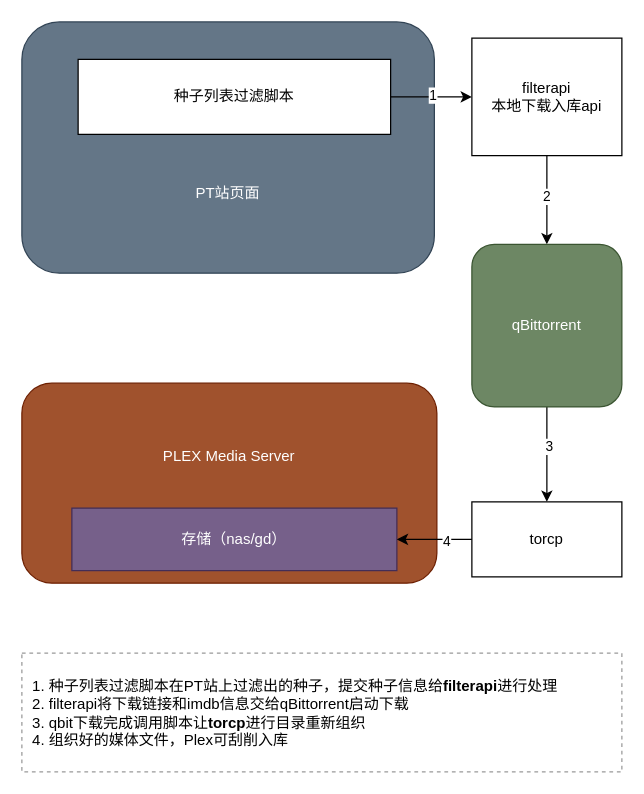
Above: pt.drawio in ccf-2012/torfilter (draw.io), before the change. Source tidied: cells renumbered, new cells numbered last; positions are measured from the earlier drawing's top-left corner, leaving out a move shared by most shapes. Both pictures are drawn from the tidied source at 125%, with x=0, y=0 at pixel (21, 21).
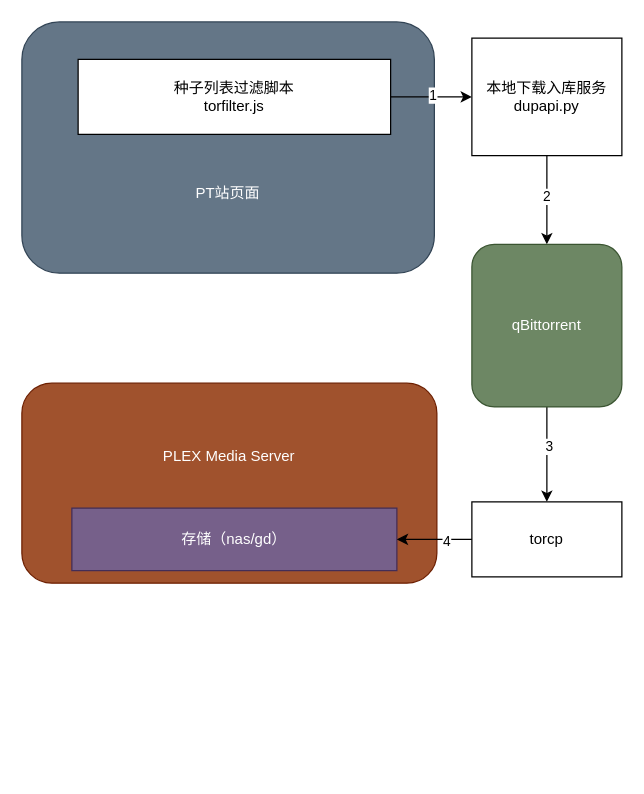
The same page after the edit.

What changed in the source:
```diff
@@
-    <mxCell id="7" value="filterapi&lt;br&gt;本地下载入库api" style="rounded=0;whiteSpace=wrap;html=1;" parent="1" vertex="1">
+    <mxCell id="7" value="本地下载入库服务&lt;br&gt;dupapi.py" style="rounded=0;whiteSpace=wrap;html=1;" parent="1" vertex="1">
       <mxGeometry x="360" y="13" width="120" height="94" as="geometry" />
     </mxCell>
@@
-    <mxCell id="16" value="种子列表过滤脚本" style="rounded=0;whiteSpace=wrap;html=1;" parent="1" vertex="1">
+    <mxCell id="16" value="种子列表过滤脚本&lt;br&gt;torfilter.js" style="rounded=0;whiteSpace=wrap;html=1;" parent="1" vertex="1">
       <mxGeometry x="45" y="30" width="250" height="60" as="geometry" />
     </mxCell>
-    <mxCell id="17" value="&lt;div&gt;&amp;nbsp; 1. 种子列表过滤脚本在PT站上过滤出的种子，提交种子信息给&lt;b&gt;filterapi&lt;/b&gt;进行处理&lt;/div&gt;&lt;div&gt;&amp;nbsp; 2. filterapi将下载链接和imdb信息交给qBittorrent启动下载&lt;/div&gt;&lt;div&gt;&amp;nbsp; 3. qbit下载完成调用脚本让&lt;b&gt;torcp&lt;/b&gt;进行目录重新组织&lt;/div&gt;&lt;div&gt;&lt;span&gt;&amp;nbsp; 4. 组织好的媒体文件，Plex可刮削入库&lt;/span&gt;&lt;/div&gt;" style="rounded=0;whiteSpace=wrap;html=1;dashed=1;align=left;strokeColor=#999999;" parent="1" vertex="1">
-      <mxGeometry y="505" width="480" height="95" as="geometry" />
-    </mxCell>
```
